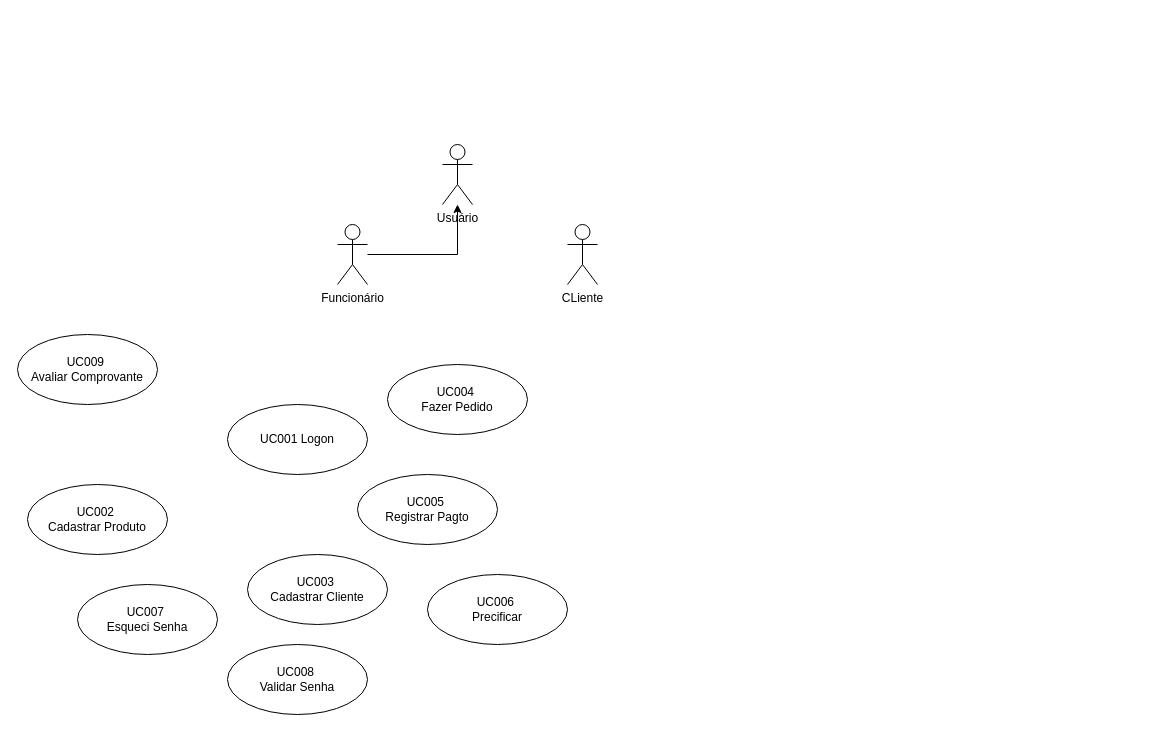
The draw.io diagram Diagrama sem nome.drawio in douglas5001/UML-ESTUDO-FACU, before the edit. Source tidied: cells renumbered, new cells numbered last; positions are measured from the earlier drawing's top-left corner, leaving out a move shared by most shapes. Both pictures are drawn from the tidied source at 100%, with x=0, y=0 at pixel (17, 144).
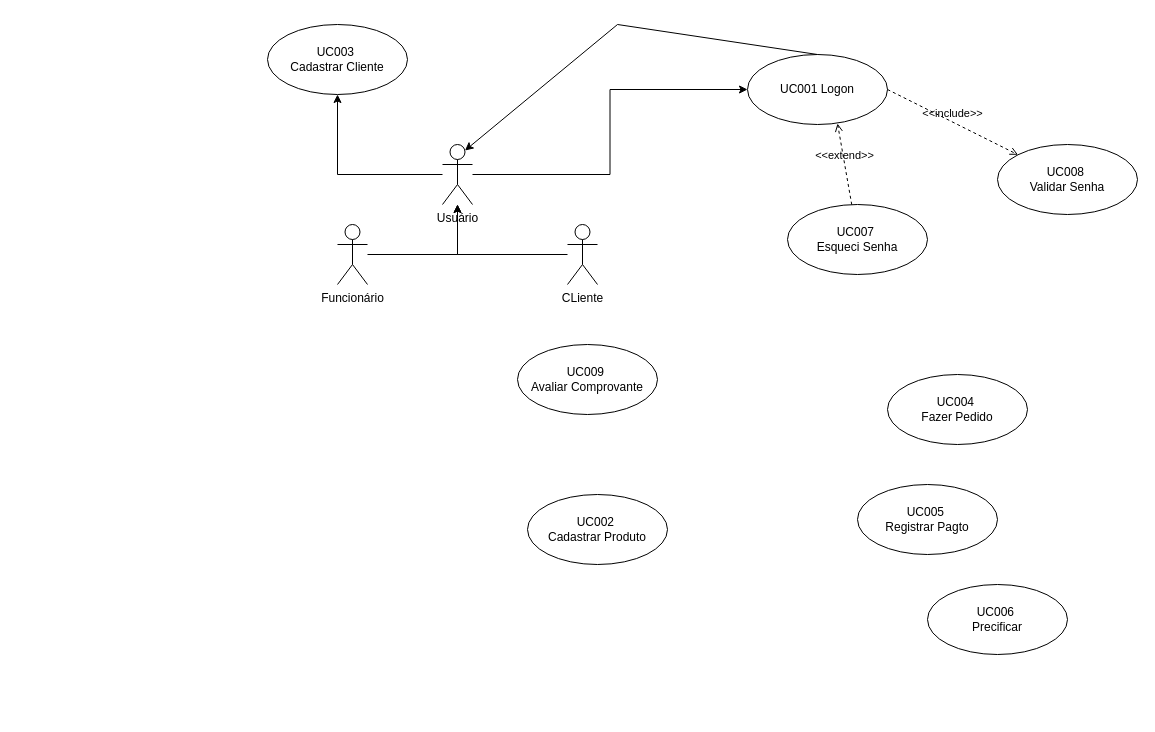
The same diagram, later.

The change refers to these unchanged cells:
```xml
<mxCell id="11" value="CLiente" style="shape=umlActor;verticalLabelPosition=bottom;verticalAlign=top;html=1;" parent="1" vertex="1">
  <mxGeometry x="550" y="80" width="30" height="60" as="geometry" />
</mxCell>
<mxCell id="12" value="Usuário" style="shape=umlActor;verticalLabelPosition=bottom;verticalAlign=top;html=1;" parent="1" vertex="1">
  <mxGeometry x="425" width="30" height="60" as="geometry" />
</mxCell>
```

Diff of the diagram source:
```diff
@@
     <mxCell id="2" value="UC001 Logon" style="ellipse;whiteSpace=wrap;html=1;" parent="1" vertex="1">
-      <mxGeometry x="210" y="260" width="140" height="70" as="geometry" />
+      <mxGeometry x="730" y="-90" width="140" height="70" as="geometry" />
     </mxCell>
     <mxCell id="3" value="UC002&amp;nbsp;&lt;div&gt;Cadastrar Produto&lt;/div&gt;" style="ellipse;whiteSpace=wrap;html=1;" parent="1" vertex="1">
-      <mxGeometry x="10" y="340" width="140" height="70" as="geometry" />
+      <mxGeometry x="510" y="350" width="140" height="70" as="geometry" />
     </mxCell>
     <mxCell id="4" value="UC003&amp;nbsp;&lt;div&gt;Cadastrar Cliente&lt;/div&gt;" style="ellipse;whiteSpace=wrap;html=1;" parent="1" vertex="1">
-      <mxGeometry x="230" y="410" width="140" height="70" as="geometry" />
+      <mxGeometry x="250" y="-120" width="140" height="70" as="geometry" />
     </mxCell>
     <mxCell id="5" value="UC004&amp;nbsp;&lt;div&gt;Fazer Pedido&lt;/div&gt;" style="ellipse;whiteSpace=wrap;html=1;" parent="1" vertex="1">
-      <mxGeometry x="370" y="220" width="140" height="70" as="geometry" />
+      <mxGeometry x="870" y="230" width="140" height="70" as="geometry" />
     </mxCell>
     <mxCell id="6" value="UC005&amp;nbsp;&lt;div&gt;Registrar Pagto&lt;/div&gt;" style="ellipse;whiteSpace=wrap;html=1;" parent="1" vertex="1">
-      <mxGeometry x="340" y="330" width="140" height="70" as="geometry" />
+      <mxGeometry x="840" y="340" width="140" height="70" as="geometry" />
     </mxCell>
     <mxCell id="7" value="UC006&amp;nbsp;&lt;div&gt;Precificar&lt;/div&gt;" style="ellipse;whiteSpace=wrap;html=1;" parent="1" vertex="1">
-      <mxGeometry x="410" y="430" width="140" height="70" as="geometry" />
+      <mxGeometry x="910" y="440" width="140" height="70" as="geometry" />
     </mxCell>
     <mxCell id="8" value="UC007&amp;nbsp;&lt;div&gt;Esqueci Senha&lt;/div&gt;" style="ellipse;whiteSpace=wrap;html=1;" parent="1" vertex="1">
-      <mxGeometry x="60" y="440" width="140" height="70" as="geometry" />
+      <mxGeometry x="770" y="60" width="140" height="70" as="geometry" />
     </mxCell>
     <mxCell id="9" value="UC008&amp;nbsp;&lt;div&gt;Validar Senha&lt;/div&gt;" style="ellipse;whiteSpace=wrap;html=1;" parent="1" vertex="1">
-      <mxGeometry x="210" y="500" width="140" height="70" as="geometry" />
+      <mxGeometry x="980" width="140" height="70" as="geometry" />
     </mxCell>
     <mxCell id="10" value="UC009&amp;nbsp;&lt;div&gt;Avaliar Comprovante&lt;/div&gt;" style="ellipse;whiteSpace=wrap;html=1;" parent="1" vertex="1">
-      <mxGeometry y="190" width="140" height="70" as="geometry" />
+      <mxGeometry x="500" y="200" width="140" height="70" as="geometry" />
     </mxCell>
+    <mxCell id="15" style="edgeStyle=orthogonalEdgeStyle;rounded=0;jettySize=auto;html=1;" parent="1" edge="1" source="11" target="12">
+      <mxGeometry relative="1" as="geometry" />
+    </mxCell>
@@
+    <mxCell id="16" style="edgeStyle=orthogonalEdgeStyle;rounded=0;jettySize=auto;html=1;entryX=0;entryY=0.5;entryDx=0;entryDy=0;" parent="1" edge="1" source="12" target="2">
+      <mxGeometry relative="1" as="geometry" />
+    </mxCell>
+    <mxCell id="17" style="edgeStyle=orthogonalEdgeStyle;rounded=0;jettySize=auto;html=1;entryX=0.5;entryY=1;entryDx=0;entryDy=0;" parent="1" edge="1" source="12" target="4">
+      <mxGeometry relative="1" as="geometry" />
+    </mxCell>
@@
+    <mxCell id="18" value="&amp;lt;&amp;lt;include&amp;gt;&amp;gt;" style="html=1;verticalAlign=bottom;labelBackgroundColor=none;endArrow=open;endFill=0;dashed=1;rounded=0;exitX=1;exitY=0.5;exitDx=0;exitDy=0;" parent="1" edge="1" source="2" target="9">
+      <mxGeometry relative="1" as="geometry" />
+    </mxCell>
+    <mxCell id="19" value="&amp;lt;&amp;lt;extend&amp;gt;&amp;gt;" style="html=1;verticalAlign=bottom;labelBackgroundColor=none;endArrow=open;endFill=0;dashed=1;rounded=0;entryX=0.643;entryY=0.986;entryDx=0;entryDy=0;entryPerimeter=0;" parent="1" edge="1" source="8" target="2">
+      <mxGeometry relative="1" as="geometry" />
+    </mxCell>
+    <mxCell id="20" style="endArrow=classic;html=1;rounded=0;exitX=0.5;exitY=0;exitDx=0;exitDy=0;entryX=0.75;entryY=0.1;entryDx=0;entryDy=0;entryPerimeter=0;" parent="1" edge="1" source="2" target="12">
+      <mxGeometry relative="1" as="geometry">
+        <Array as="points">
+          <mxPoint x="600" y="-120" />
+        </Array>
+      </mxGeometry>
+    </mxCell>
```
